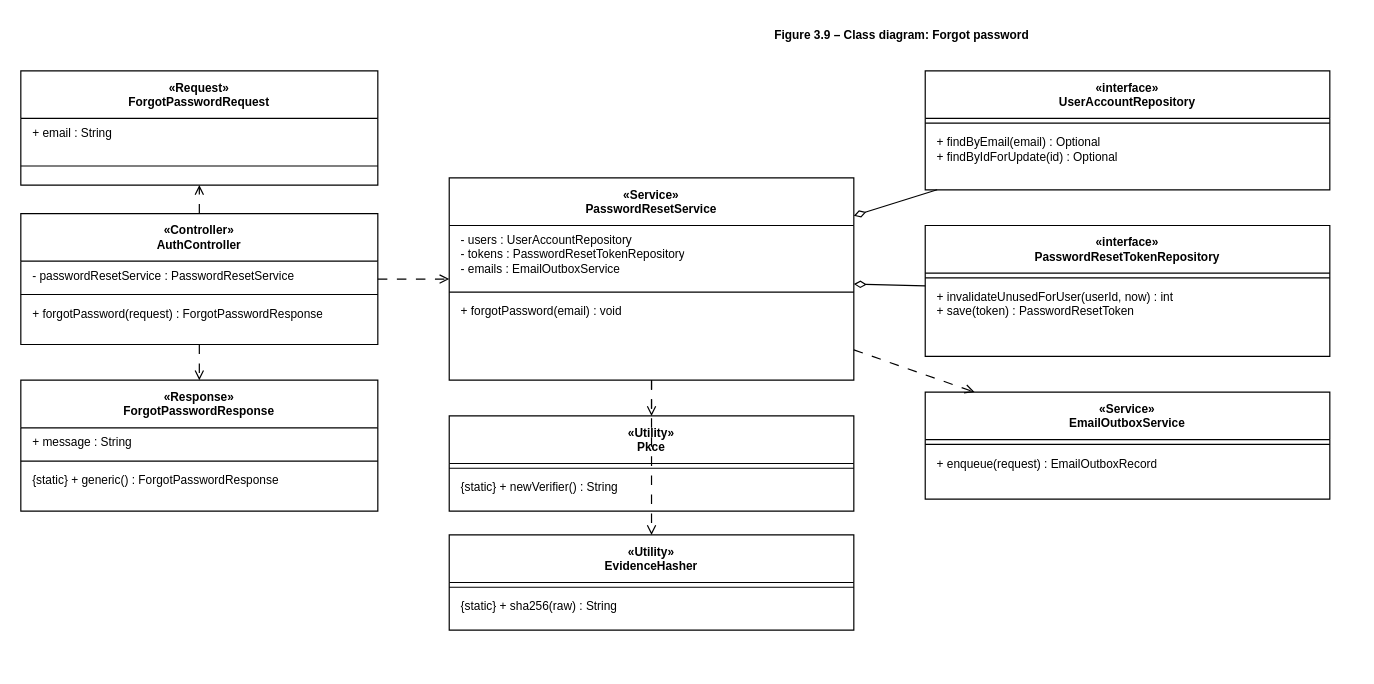
Saga-Learning-to-Hero/saga-be keeps this draw.io diagram as page "3.9 Forgot password — Class" (9 of 20) of docs/diagrams/01-auth.drawio. Above is the earlier version. Source tidied: cells renumbered, new cells numbered last; positions are measured from the earlier drawing's top-left corner, leaving out a move shared by most shapes. Both pictures are drawn from the tidied source at 119%, with x=0, y=0 at pixel (20, 20).
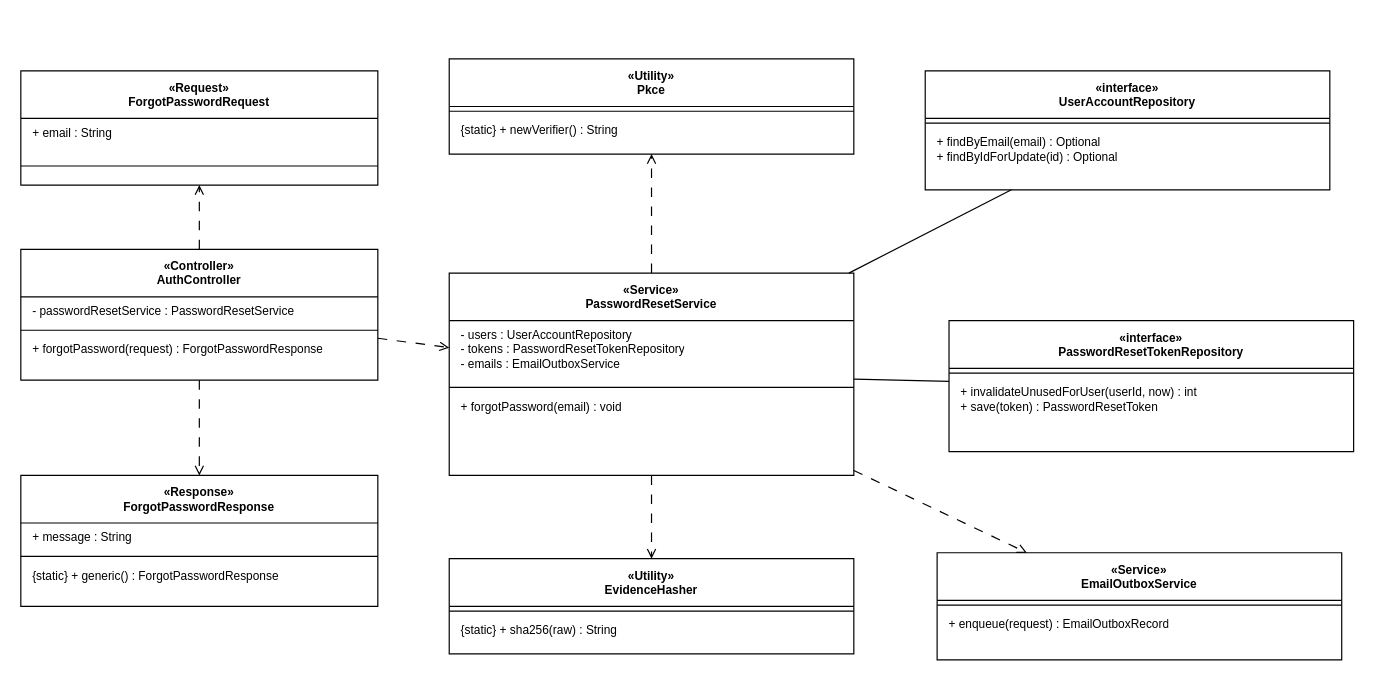
The same page after the edit.

Unchanged cells that the change refers to:
```xml
<mxCell id="25" value="«interface»&lt;br&gt;UserAccountRepository" style="swimlane;align=center;horizontal=1;startSize=40;html=1;whiteSpace=wrap;fillColor=#ffffff;strokeColor=#000000;fontSize=10;" parent="1" vertex="1">
  <mxGeometry x="760" y="42" width="340" height="100" as="geometry" />
</mxCell>
```

The edit, as a diff of the source:
```diff
@@
-    <mxCell id="2" value="Figure 3.9 – Class diagram: Forgot password" style="text;html=1;strokeColor=none;fillColor=none;align=center;fontStyle=1;fontSize=10;" parent="1" vertex="1">
-      <mxGeometry x="480" width="520" height="24" as="geometry" />
-    </mxCell>
@@
     <mxCell id="7" value="«Controller»&lt;br&gt;AuthController" style="swimlane;align=center;horizontal=1;startSize=40;html=1;whiteSpace=wrap;fillColor=#ffffff;strokeColor=#000000;fontSize=10;" parent="1" vertex="1">
-      <mxGeometry y="162" width="300" height="110" as="geometry" />
+      <mxGeometry y="192" width="300" height="110" as="geometry" />
     </mxCell>
@@
     <mxCell id="11" value="«Response»&lt;br&gt;ForgotPasswordResponse" style="swimlane;align=center;horizontal=1;startSize=40;html=1;whiteSpace=wrap;fillColor=#ffffff;strokeColor=#000000;fontSize=10;" parent="1" vertex="1">
-      <mxGeometry y="302" width="300" height="110" as="geometry" />
+      <mxGeometry y="382" width="300" height="110" as="geometry" />
     </mxCell>
@@
     <mxCell id="15" value="«Service»&lt;br&gt;PasswordResetService" style="swimlane;align=center;horizontal=1;startSize=40;html=1;whiteSpace=wrap;fillColor=#ffffff;strokeColor=#000000;fontSize=10;" parent="1" vertex="1">
-      <mxGeometry x="360" y="132" width="340" height="170" as="geometry" />
+      <mxGeometry x="360" y="212" width="340" height="170" as="geometry" />
     </mxCell>
@@
     <mxCell id="19" value="«Utility»&lt;br&gt;Pkce" style="swimlane;align=center;horizontal=1;startSize=40;html=1;whiteSpace=wrap;fillColor=#ffffff;strokeColor=#000000;fontSize=10;" parent="1" vertex="1">
-      <mxGeometry x="360" y="332" width="340" height="80" as="geometry" />
+      <mxGeometry x="360" y="32" width="340" height="80" as="geometry" />
     </mxCell>
@@
     <mxCell id="22" value="«Utility»&lt;br&gt;EvidenceHasher" style="swimlane;align=center;horizontal=1;startSize=40;html=1;whiteSpace=wrap;fillColor=#ffffff;strokeColor=#000000;fontSize=10;" parent="1" vertex="1">
-      <mxGeometry x="360" y="432" width="340" height="80" as="geometry" />
+      <mxGeometry x="360" y="452" width="340" height="80" as="geometry" />
     </mxCell>
@@
     <mxCell id="28" value="«interface»&lt;br&gt;PasswordResetTokenRepository" style="swimlane;align=center;horizontal=1;startSize=40;html=1;whiteSpace=wrap;fillColor=#ffffff;strokeColor=#000000;fontSize=10;" parent="1" vertex="1">
-      <mxGeometry x="760" y="172" width="340" height="110" as="geometry" />
+      <mxGeometry x="780" y="252" width="340" height="110" as="geometry" />
     </mxCell>
@@
     <mxCell id="31" value="«Service»&lt;br&gt;EmailOutboxService" style="swimlane;align=center;horizontal=1;startSize=40;html=1;whiteSpace=wrap;fillColor=#ffffff;strokeColor=#000000;fontSize=10;" parent="1" vertex="1">
-      <mxGeometry x="760" y="312" width="340" height="90" as="geometry" />
+      <mxGeometry x="770" y="447" width="340" height="90" as="geometry" />
     </mxCell>
@@
-    <mxCell id="40" style="startArrow=diamondThin;startFill=0;startSize=8;endArrow=none;html=1;strokeColor=#000000;" parent="1" edge="1" source="15" target="25">
+    <mxCell id="40" style="endArrow=none;startArrow=none;html=1;strokeColor=#000000;" parent="1" edge="1" source="15" target="25">
       <mxGeometry relative="1" as="geometry" />
     </mxCell>
-    <mxCell id="41" style="startArrow=diamondThin;startFill=0;startSize=8;endArrow=none;html=1;strokeColor=#000000;" parent="1" edge="1" source="15" target="28">
+    <mxCell id="41" style="endArrow=none;startArrow=none;html=1;strokeColor=#000000;" parent="1" edge="1" source="15" target="28">
       <mxGeometry relative="1" as="geometry" />
     </mxCell>
```
